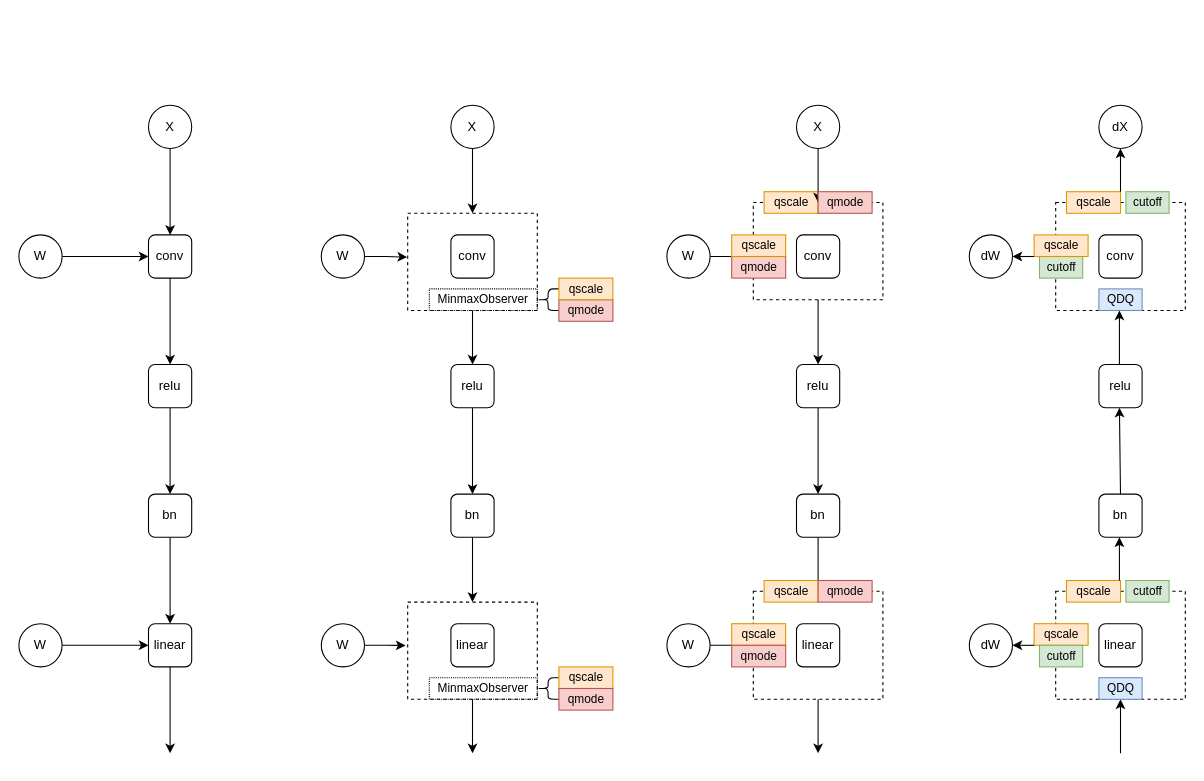
The draw.io diagram torch/QAT.drawio in alanzhai219/dive_into_framework, before the edit. Source tidied: cells renumbered, new cells numbered last; positions are measured from the earlier drawing's top-left corner, leaving out a move shared by most shapes. Both pictures are drawn from the tidied source at 108%, with x=0, y=0 at pixel (18, 105).
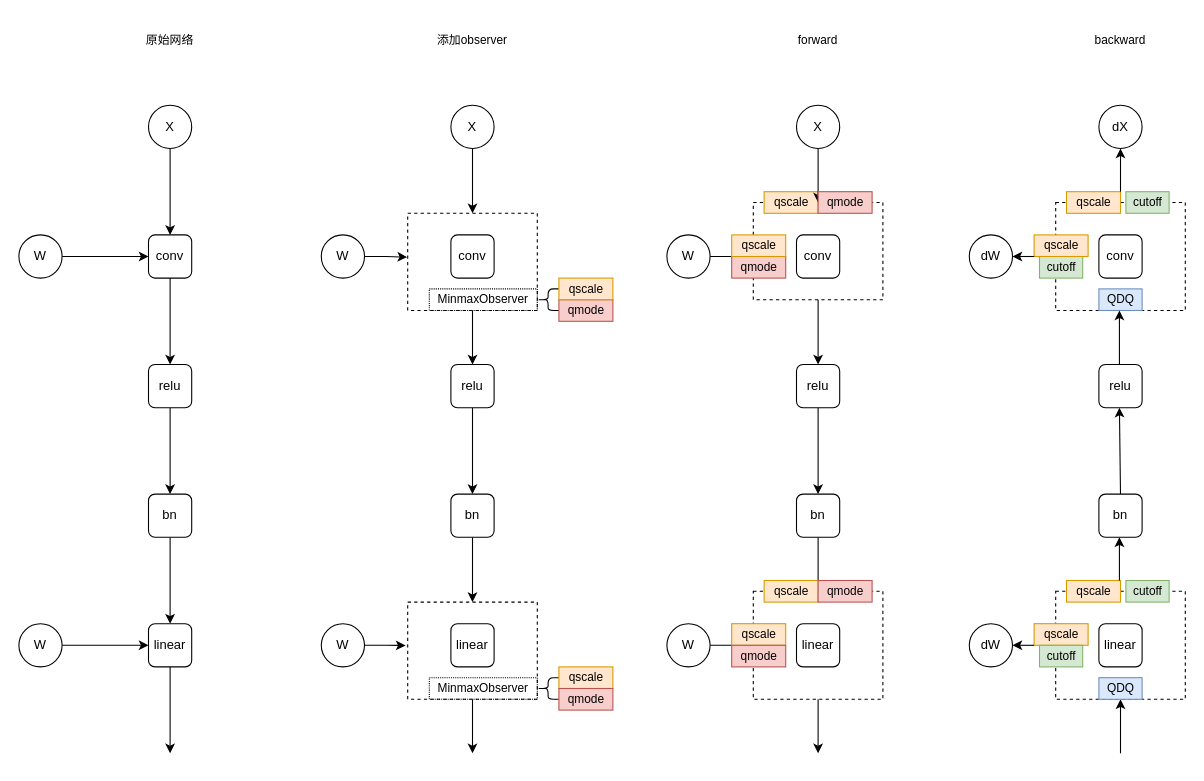
The same diagram, later.

Diff of the diagram source:
```diff
@@
+    <mxCell id="90" value="原始网络" style="text;html=1;strokeColor=none;fillColor=none;align=center;verticalAlign=middle;whiteSpace=wrap;rounded=0;shadow=0;glass=0;sketch=0;fontSize=11;" parent="1" vertex="1">
+      <mxGeometry x="80" y="-80" width="120" height="39" as="geometry" />
+    </mxCell>
+    <mxCell id="91" value="添加observer" style="text;html=1;strokeColor=none;fillColor=none;align=center;verticalAlign=middle;whiteSpace=wrap;rounded=0;shadow=0;glass=0;sketch=0;fontSize=11;" parent="1" vertex="1">
+      <mxGeometry x="360" y="-80" width="120" height="39" as="geometry" />
+    </mxCell>
+    <mxCell id="92" value="forward" style="text;html=1;strokeColor=none;fillColor=none;align=center;verticalAlign=middle;whiteSpace=wrap;rounded=0;shadow=0;glass=0;sketch=0;fontSize=11;" parent="1" vertex="1">
+      <mxGeometry x="680" y="-80" width="120" height="39" as="geometry" />
+    </mxCell>
+    <mxCell id="93" value="backward" style="text;html=1;strokeColor=none;fillColor=none;align=center;verticalAlign=middle;whiteSpace=wrap;rounded=0;shadow=0;glass=0;sketch=0;fontSize=11;" parent="1" vertex="1">
+      <mxGeometry x="960" y="-80" width="120" height="39" as="geometry" />
+    </mxCell>
```
